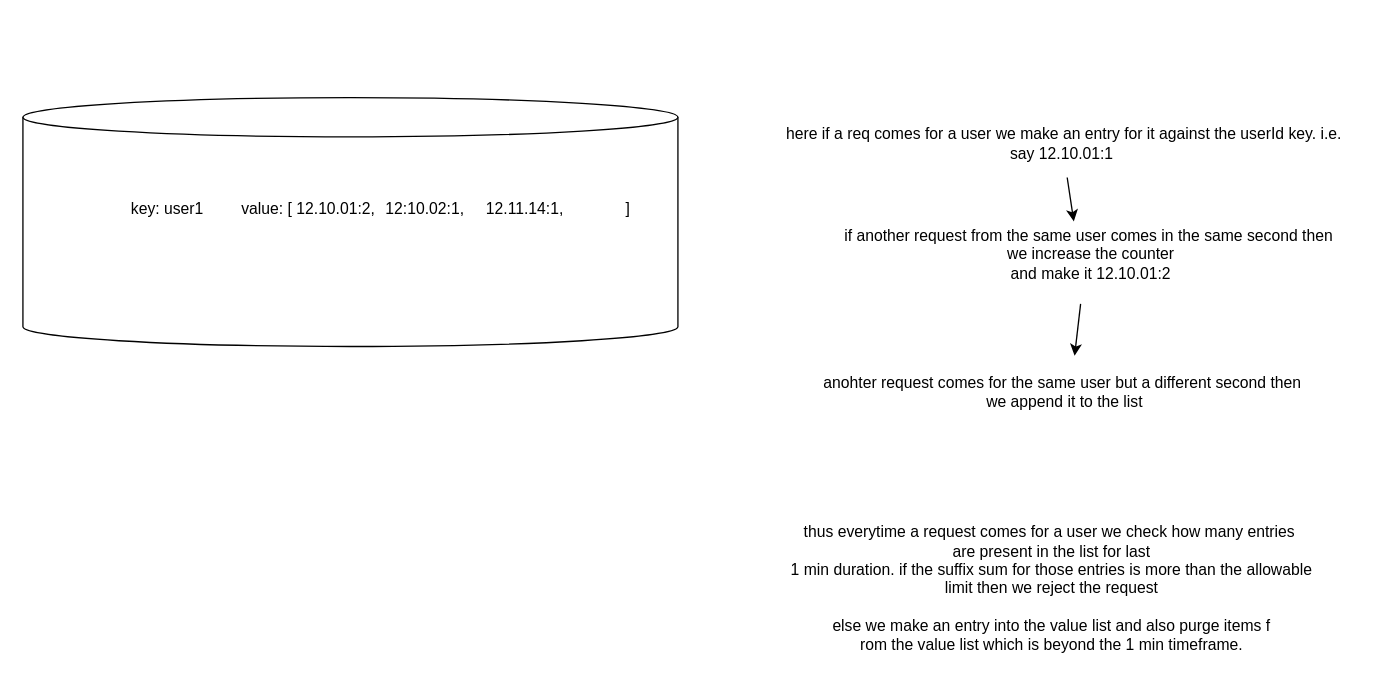
Earlier version of the draw.io diagram page "sliding_window_counter" (5 of 5) of drawio/rateLimiter.drawio (partha001/systemDesign). Source tidied: cells renumbered, new cells numbered last; positions are measured from the earlier drawing's top-left corner, leaving out a move shared by most shapes. Both pictures are drawn from the tidied source at 131%, with x=0, y=0 at pixel (22, 97).
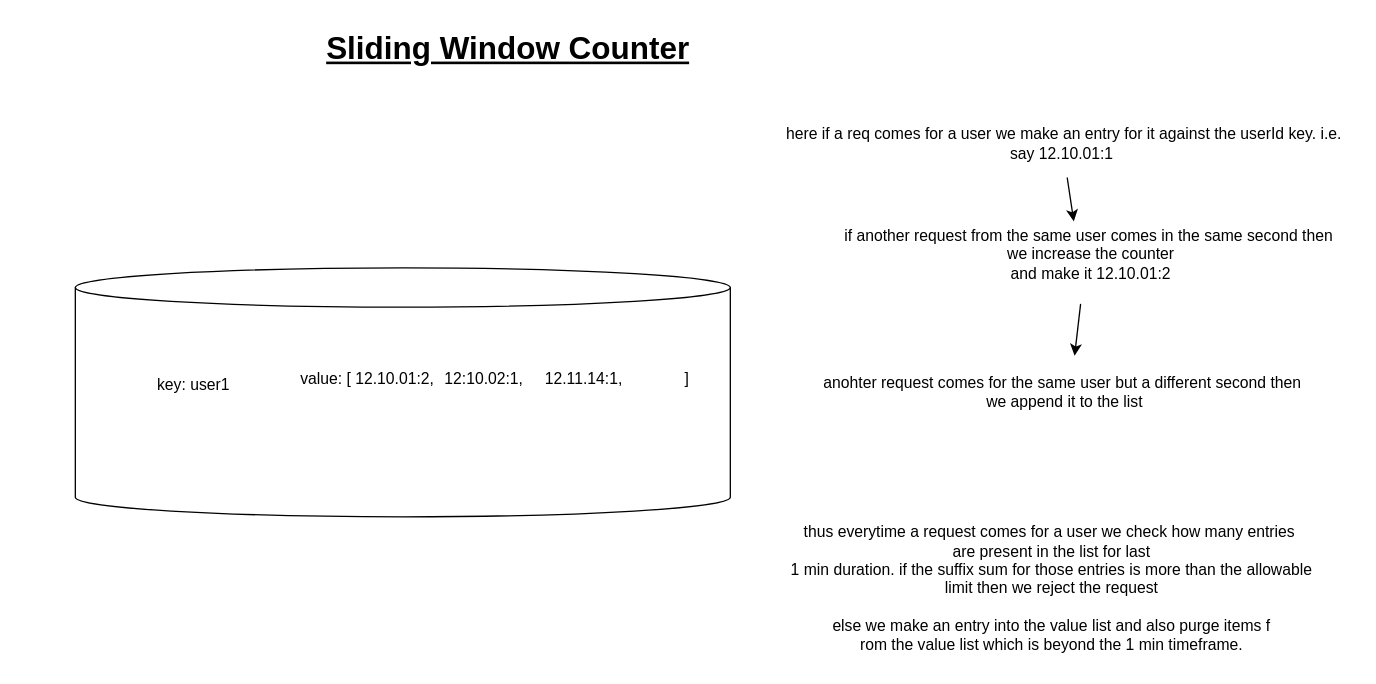
After the change.

What changed in the source:
```diff
@@
 <mxGraphModel>
   <root>
     <mxCell id="0" />
     <mxCell id="1" parent="0" />
     <mxCell id="2" style="shape=cylinder3;whiteSpace=wrap;html=1;boundedLbl=1;backgroundOutline=1;size=15;" parent="1" vertex="1">
-      <mxGeometry width="500" height="190" as="geometry" />
+      <mxGeometry x="40" y="130" width="500" height="190" as="geometry" />
     </mxCell>
     <mxCell id="3" value="key: user1" style="text;html=1;align=center;verticalAlign=middle;strokeColor=none;fillColor=none;" parent="1" vertex="1">
-      <mxGeometry x="70" y="70" width="80" height="30" as="geometry" />
+      <mxGeometry x="90" y="205" width="80" height="30" as="geometry" />
     </mxCell>
     <mxCell id="4" value="value: [ 12.10.01:2,&lt;span style=&quot;white-space: pre;&quot;&gt;&#9;&lt;/span&gt;&amp;nbsp;12:10.02:1, &lt;span style=&quot;white-space: pre;&quot;&gt;&#9;&lt;/span&gt;12.11.14:1,&lt;span style=&quot;white-space: pre;&quot;&gt;&#9;&lt;/span&gt;&lt;span style=&quot;white-space: pre;&quot;&gt;&#9;&lt;/span&gt;]" style="text;html=1;align=center;verticalAlign=middle;strokeColor=none;fillColor=none;" parent="1" vertex="1">
-      <mxGeometry x="155" y="70" width="320" height="30" as="geometry" />
+      <mxGeometry x="200" y="200" width="320" height="30" as="geometry" />
     </mxCell>
     <mxCell id="5" value="here if a req comes for a user we make an entry for it against the userId key. i.e. say 12.10.01:1&amp;nbsp;" style="text;html=1;align=center;verticalAlign=middle;whiteSpace=wrap;rounded=0;" parent="1" vertex="1">
       <mxGeometry x="580" y="20" width="430" height="30" as="geometry" />
     </mxCell>
     <mxCell id="6" value="if another request from the same user comes in the same second then&amp;nbsp;&lt;div&gt;we increase the counter&lt;div&gt;and make it 12.10.01:2&lt;/div&gt;&lt;/div&gt;" style="text;html=1;align=center;verticalAlign=middle;points=[];strokeColor=none;fillColor=none;" parent="1" vertex="1">
       <mxGeometry x="615" y="90" width="400" height="60" as="geometry" />
     </mxCell>
     <mxCell id="7" value="anohter request comes for the same user but a different second then&amp;nbsp;&lt;div&gt;we append it to the list&lt;/div&gt;" style="text;html=1;align=center;verticalAlign=middle;points=[];strokeColor=none;fillColor=none;" parent="1" vertex="1">
       <mxGeometry x="600" y="205" width="390" height="40" as="geometry" />
     </mxCell>
     <mxCell id="8" style="endArrow=classic;html=1;rounded=0;exitX=0.505;exitY=1.367;exitDx=0;exitDy=0;exitPerimeter=0;entryX=0.468;entryY=0.075;entryDx=0;entryDy=0;entryPerimeter=0;" parent="1" edge="1" source="5" target="6">
       <mxGeometry relative="1" as="geometry" />
     </mxCell>
     <mxCell id="9" style="endArrow=classic;html=1;rounded=0;exitX=0.481;exitY=1.125;exitDx=0;exitDy=0;exitPerimeter=0;entryX=0.52;entryY=-0.2;entryDx=0;entryDy=0;entryPerimeter=0;" parent="1" edge="1" source="6" target="7">
       <mxGeometry relative="1" as="geometry" />
     </mxCell>
     <mxCell id="10" value="thus everytime a request comes for a user we check how many entries&amp;nbsp;&lt;div&gt;are present in the list for last&lt;div&gt;&amp;nbsp;1 min duration. if the suffix sum for those entries is more than the allowable&amp;nbsp;&lt;/div&gt;&lt;div&gt;limit then we reject the request&lt;/div&gt;&lt;div&gt;&lt;br&gt;&lt;/div&gt;&lt;div&gt;else we make an entry into the value list and also purge items f&lt;/div&gt;&lt;div&gt;rom the value list which is beyond the 1 min timeframe.&lt;/div&gt;&lt;/div&gt;" style="text;html=1;align=center;verticalAlign=middle;strokeColor=none;fillColor=none;" parent="1" vertex="1">
       <mxGeometry x="570" y="320" width="430" height="110" as="geometry" />
     </mxCell>
+    <mxCell id="11" value="&lt;font style=&quot;font-size: 24px;&quot;&gt;&lt;b&gt;&lt;u&gt;Sliding Window Counter&lt;/u&gt;&lt;/b&gt;&lt;/font&gt;" style="text;html=1;align=center;verticalAlign=middle;strokeColor=none;fillColor=none;" parent="1" vertex="1">
+      <mxGeometry x="220" y="-57" width="300" height="40" as="geometry" />
+    </mxCell>
   </root>
 </mxGraphModel>
```
